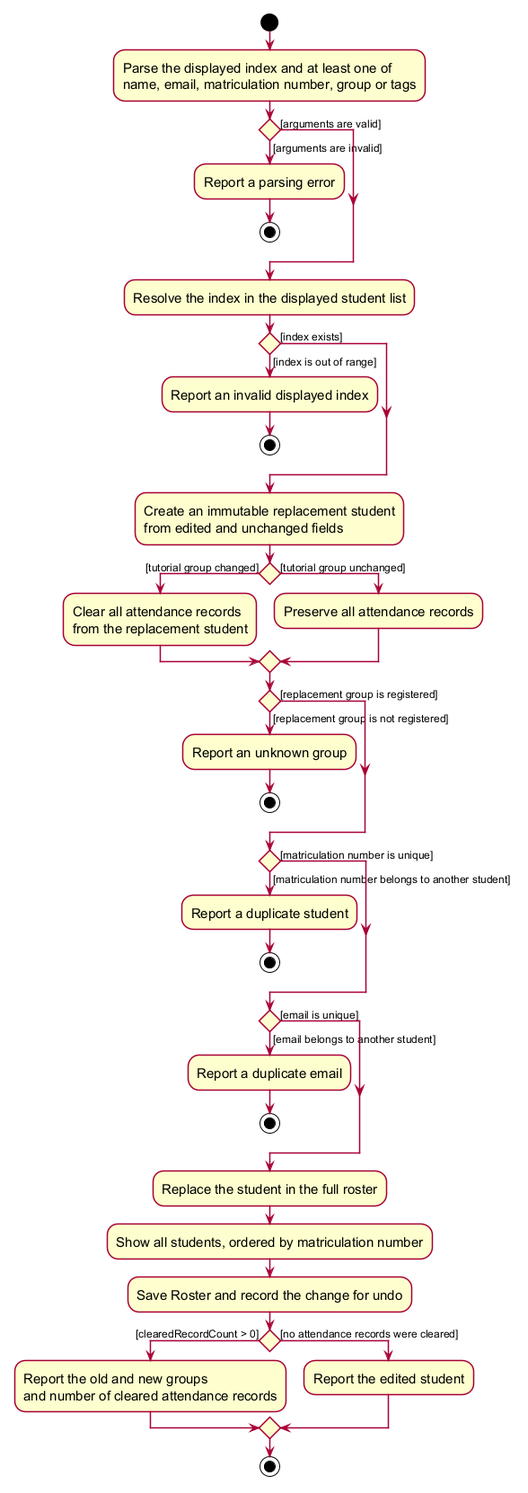
Earlier version of the PlantUML export docs/images/EditStudentActivityDiagram.png (AY2627S1-CS2103T-F12-4/tp).
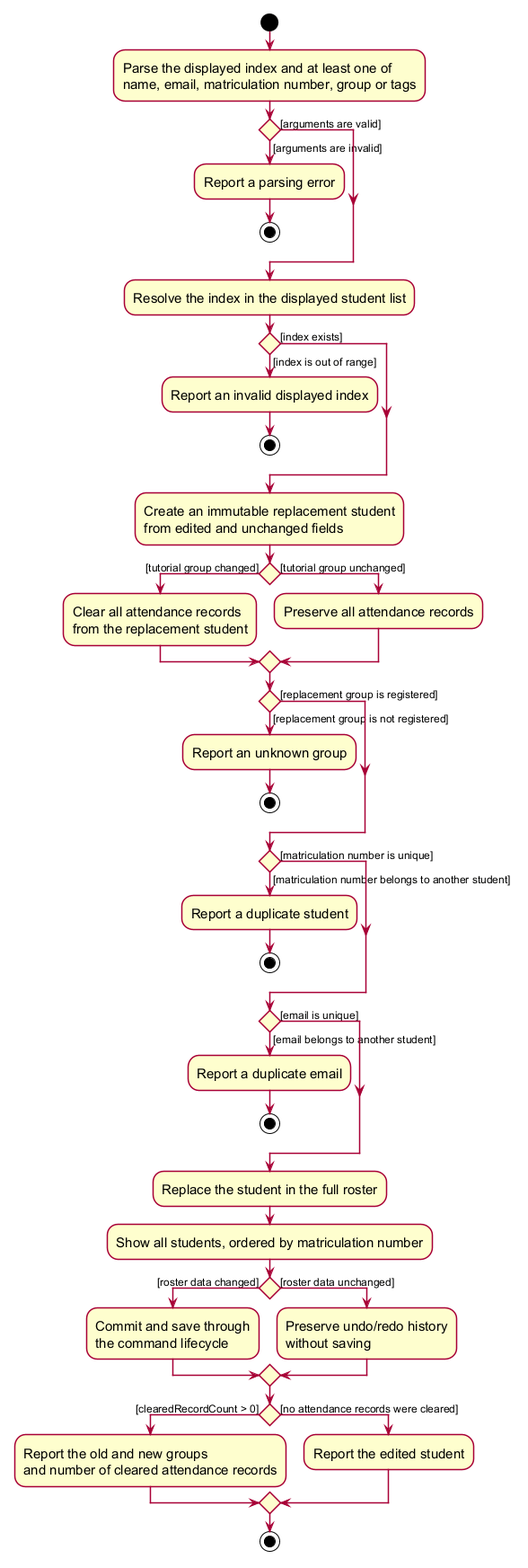
Above is the later version.

Diff of the diagram source:
```diff
@@ -49,7 +49,13 @@
 
 :Replace the student in the full roster;
 :Show all students, ordered by matriculation number;
-:Save Roster and record the change for undo;
+if () then ([roster data changed])
+    :Commit and save through
+    the command lifecycle;
+else ([roster data unchanged])
+    :Preserve undo/redo history
+    without saving;
+endif
 if () then ([clearedRecordCount > 0])
     :Report the old and new groups
     and number of cleared attendance records;
```
